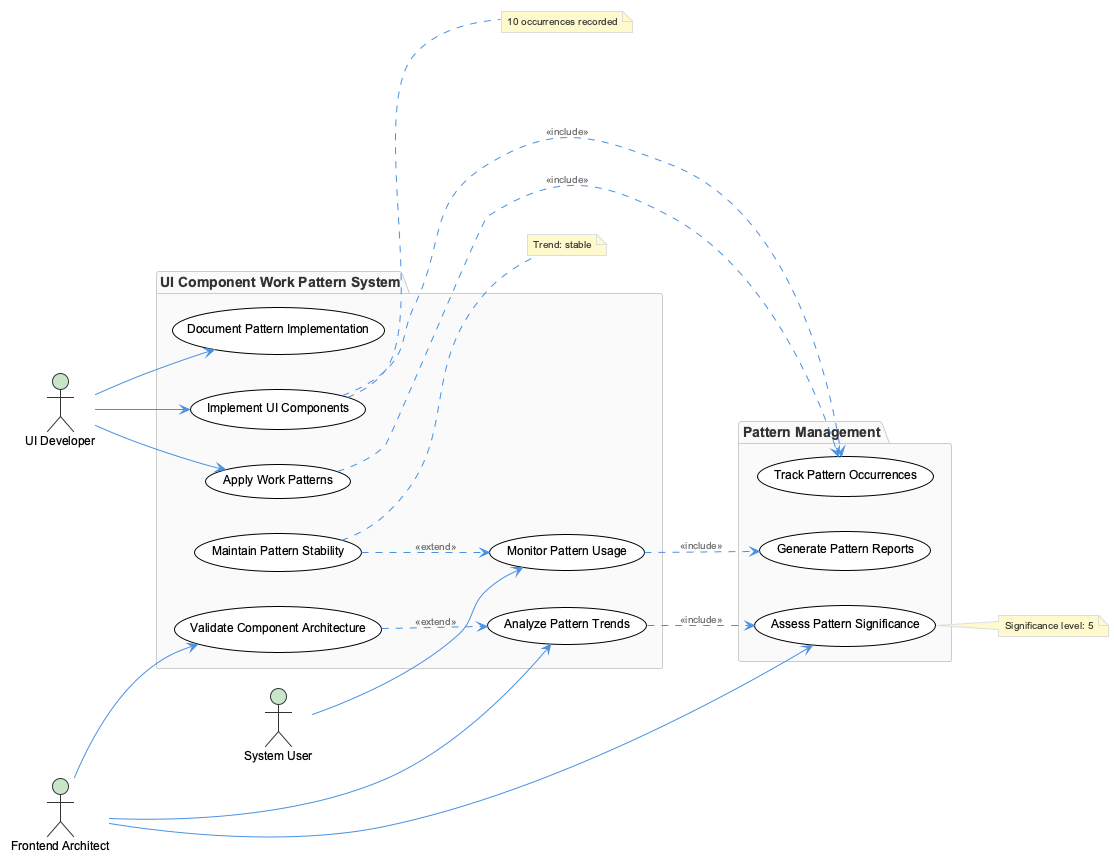
The PlantUML diagram knowledge-management/insights/images/ui-component-work-pattern-use-cases.png in fwornle/coding, before a commit.
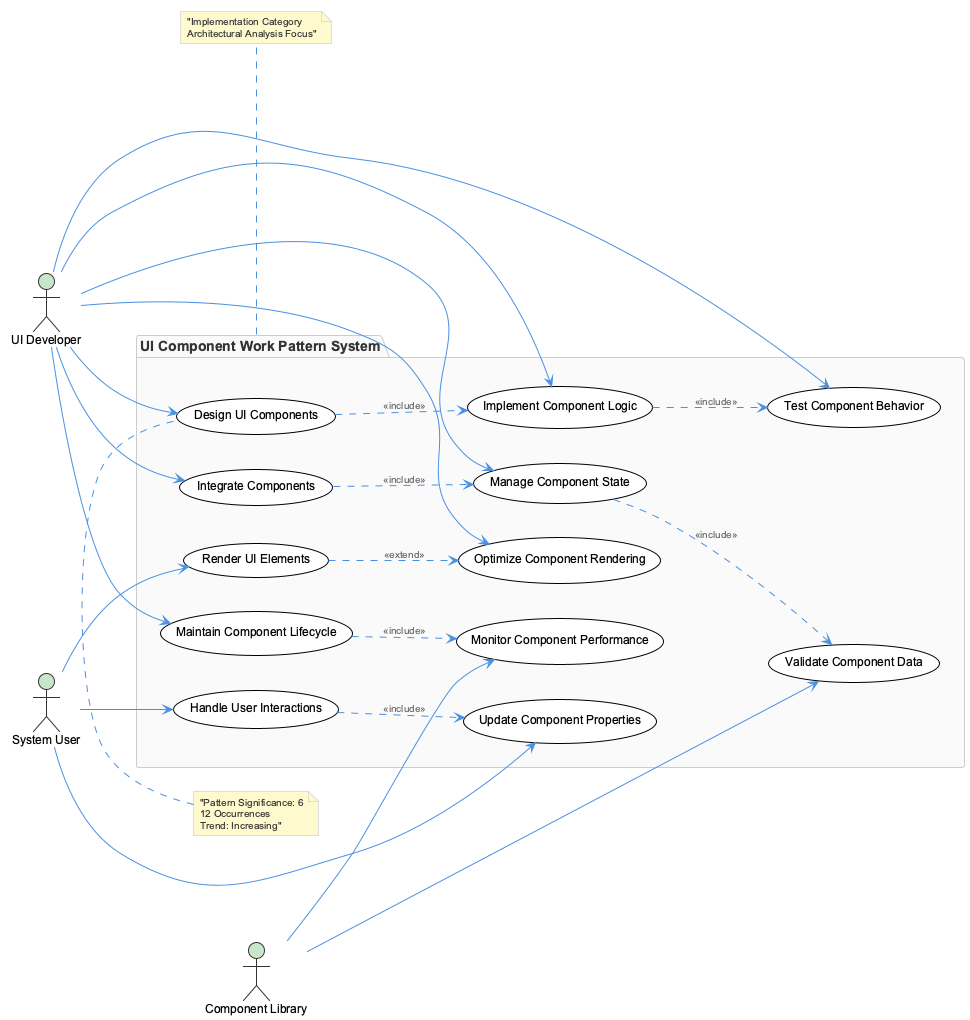
After the commit.

Diff of the diagram source:
```diff
@@ -4,45 +4,48 @@
 left to right direction
 
 actor "UI Developer" as dev
-actor "Frontend Architect" as arch
 actor "System User" as user
+actor "Component Library" as lib
 
 package "UI Component Work Pattern System" {
-  usecase "Implement UI Components" as implement
-  usecase "Apply Work Patterns" as apply
-  usecase "Monitor Pattern Usage" as monitor
-  usecase "Analyze Pattern Trends" as analyze
-  usecase "Maintain Pattern Stability" as maintain
-  usecase "Document Pattern Implementation" as document
-  usecase "Validate Component Architecture" as validate
+    usecase "Design UI Components" as design
+    usecase "Implement Component Logic" as implement
+    usecase "Test Component Behavior" as test
+    usecase "Integrate Components" as integrate
+    usecase "Manage Component State" as state
+    usecase "Handle User Interactions" as interactions
+    usecase "Render UI Elements" as render
+    usecase "Update Component Properties" as update
+    usecase "Validate Component Data" as validate
+    usecase "Monitor Component Performance" as monitor
+    usecase "Maintain Component Lifecycle" as lifecycle
+    usecase "Optimize Component Rendering" as optimize
 }
 
-package "Pattern Management" {
-  usecase "Track Pattern Occurrences" as track
-  usecase "Assess Pattern Significance" as assess
-  usecase "Generate Pattern Reports" as report
-}
+dev --> design
+dev --> implement
+dev --> test
+dev --> integrate
+dev --> state
+dev --> lifecycle
+dev --> optimize
 
-dev --> implement
-dev --> apply
-dev --> document
+user --> interactions
+user --> render
+user --> update
 
-arch --> validate
-arch --> analyze
-arch --> assess
+lib --> validate
+lib --> monitor
 
-user --> monitor
+design ..> implement : <<include>>
+implement ..> test : <<include>>
+integrate ..> state : <<include>>
+interactions ..> update : <<include>>
+render ..> optimize : <<extend>>
+state ..> validate : <<include>>
+lifecycle ..> monitor : <<include>>
 
-implement ..> track : <<include>>
-apply ..> track : <<include>>
-monitor ..> report : <<include>>
-analyze ..> assess : <<include>>
-
-maintain ..> monitor : <<extend>>
-validate ..> analyze : <<extend>>
-
-note right of implement : 10 occurrences recorded
-note right of maintain : Trend: stable
-note right of assess : Significance level: 5
+note top of design : "Pattern Significance: 6\n12 Occurrences\nTrend: Increasing"
+note bottom of "UI Component Work Pattern System" : "Implementation Category\nArchitectural Analysis Focus"
 
 @enduml
```
